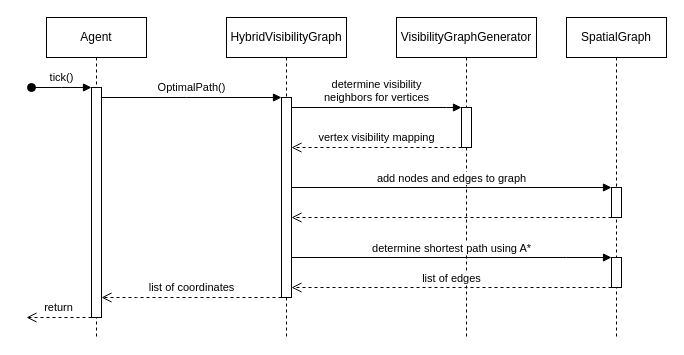
This is doc/components-sequence-routing.drawio from hauke96/master-thesis, a draw.io file, before an edit. Source tidied: cells renumbered, new cells numbered last; positions are measured from the earlier drawing's top-left corner, leaving out a move shared by most shapes. Both pictures are drawn from the tidied source at 100%, with x=0, y=0 at pixel (26, 17).
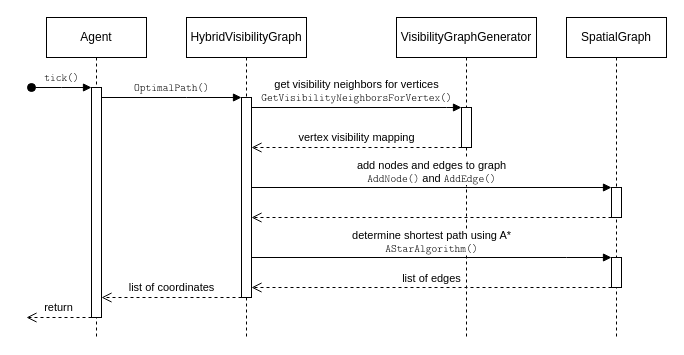
Above is the later version.

Commit message (it also covers changes not shown here):
Update sequence diagrams

Unchanged cells that the change refers to:
```xml
<mxCell id="2" value="Agent" style="shape=umlLifeline;perimeter=lifelinePerimeter;whiteSpace=wrap;html=1;newEdgeStyle={&quot;edgeStyle&quot;:&quot;elbowEdgeStyle&quot;,&quot;elbow&quot;:&quot;vertical&quot;,&quot;curved&quot;:0,&quot;rounded&quot;:0};fontFamily=Linux Libertine;" parent="1" vertex="1">
  <mxGeometry x="20" width="100" height="320" as="geometry" />
</mxCell>
<mxCell id="3" style="html=1;points=[];perimeter=orthogonalPerimeter;outlineConnect=0;targetShapes=umlLifeline;portConstraint=eastwest;newEdgeStyle={&quot;edgeStyle&quot;:&quot;elbowEdgeStyle&quot;,&quot;elbow&quot;:&quot;vertical&quot;,&quot;curved&quot;:0,&quot;rounded&quot;:0};fontFamily=Linux Libertine;" parent="2" vertex="1">
  <mxGeometry x="45" y="70" width="10" height="230" as="geometry" />
</mxCell>
<mxCell id="6" style="html=1;points=[];perimeter=orthogonalPerimeter;outlineConnect=0;targetShapes=umlLifeline;portConstraint=eastwest;newEdgeStyle={&quot;edgeStyle&quot;:&quot;elbowEdgeStyle&quot;,&quot;elbow&quot;:&quot;vertical&quot;,&quot;curved&quot;:0,&quot;rounded&quot;:0};fontFamily=Linux Libertine;" parent="5" vertex="1">
  <mxGeometry x="55" y="80" width="10" height="200" as="geometry" />
</mxCell>
<mxCell id="10" style="html=1;points=[];perimeter=orthogonalPerimeter;outlineConnect=0;targetShapes=umlLifeline;portConstraint=eastwest;newEdgeStyle={&quot;edgeStyle&quot;:&quot;elbowEdgeStyle&quot;,&quot;elbow&quot;:&quot;vertical&quot;,&quot;curved&quot;:0,&quot;rounded&quot;:0};fontFamily=Linux Libertine;" parent="9" vertex="1">
  <mxGeometry x="65" y="90" width="10" height="40" as="geometry" />
</mxCell>
<mxCell id="15" style="html=1;points=[];perimeter=orthogonalPerimeter;outlineConnect=0;targetShapes=umlLifeline;portConstraint=eastwest;newEdgeStyle={&quot;edgeStyle&quot;:&quot;elbowEdgeStyle&quot;,&quot;elbow&quot;:&quot;vertical&quot;,&quot;curved&quot;:0,&quot;rounded&quot;:0};" parent="14" vertex="1">
  <mxGeometry x="45" y="240" width="10" height="30" as="geometry" />
</mxCell>
<mxCell id="16" style="html=1;points=[];perimeter=orthogonalPerimeter;outlineConnect=0;targetShapes=umlLifeline;portConstraint=eastwest;newEdgeStyle={&quot;edgeStyle&quot;:&quot;elbowEdgeStyle&quot;,&quot;elbow&quot;:&quot;vertical&quot;,&quot;curved&quot;:0,&quot;rounded&quot;:0};" parent="14" vertex="1">
  <mxGeometry x="45" y="170" width="10" height="30" as="geometry" />
</mxCell>
```

Diff of the diagram source:
```diff
@@
-    <mxCell id="4" value="tick()" style="html=1;verticalAlign=bottom;startArrow=oval;endArrow=block;startSize=8;edgeStyle=elbowEdgeStyle;elbow=vertical;curved=0;rounded=0;fontFamily=Linux Libertine;spacing=3;" parent="2" edge="1" target="3">
+    <mxCell id="4" value="tick()" style="html=1;verticalAlign=bottom;startArrow=oval;endArrow=block;startSize=8;edgeStyle=elbowEdgeStyle;elbow=vertical;curved=0;rounded=0;fontFamily=Latin Modern Mono Light;spacing=3;" parent="2" edge="1" target="3">
       <mxGeometry relative="1" as="geometry">
         <mxPoint x="-15" y="70" as="sourcePoint" />
       </mxGeometry>
     </mxCell>
     <mxCell id="5" value="HybridVisibilityGraph" style="shape=umlLifeline;perimeter=lifelinePerimeter;whiteSpace=wrap;html=1;newEdgeStyle={&quot;edgeStyle&quot;:&quot;elbowEdgeStyle&quot;,&quot;elbow&quot;:&quot;vertical&quot;,&quot;curved&quot;:0,&quot;rounded&quot;:0};fontFamily=Linux Libertine;" parent="1" vertex="1">
-      <mxGeometry x="200" width="120" height="320" as="geometry" />
+      <mxGeometry x="160" width="120" height="320" as="geometry" />
     </mxCell>
@@
-    <mxCell id="7" value="&lt;div&gt;OptimalPath()&lt;/div&gt;" style="html=1;verticalAlign=bottom;endArrow=block;edgeStyle=elbowEdgeStyle;elbow=vertical;curved=0;rounded=0;fontFamily=Linux Libertine;spacing=3;" parent="1" edge="1" source="3" target="6">
+    <mxCell id="7" value="&lt;div&gt;OptimalPath()&lt;/div&gt;" style="html=1;verticalAlign=bottom;endArrow=block;edgeStyle=elbowEdgeStyle;elbow=vertical;curved=0;rounded=0;fontFamily=Latin Modern Mono Light;spacing=3;" parent="1" edge="1" source="3" target="6">
       <mxGeometry relative="1" as="geometry">
         <Array as="points">
           <mxPoint x="160" y="80" />
         </Array>
       </mxGeometry>
     </mxCell>
@@
-    <mxCell id="11" value="&lt;div&gt;determine visibility&lt;/div&gt;&lt;div&gt;neighbors for vertices&lt;/div&gt;" style="html=1;verticalAlign=bottom;endArrow=block;edgeStyle=elbowEdgeStyle;elbow=vertical;curved=0;rounded=0;fontFamily=Linux Libertine;spacing=3;" parent="1" edge="1" source="6" target="10">
+    <mxCell id="11" value="&lt;div&gt;get visibility neighbors for vertices&lt;/div&gt;&lt;div&gt;&lt;font face=&quot;Latin Modern Mono Light&quot;&gt;GetVisibilityNeighborsForVertex()&lt;/font&gt;&lt;br&gt;&lt;/div&gt;" style="html=1;verticalAlign=bottom;endArrow=block;edgeStyle=elbowEdgeStyle;elbow=vertical;curved=0;rounded=0;fontFamily=Linux Libertine;spacing=3;" parent="1" edge="1" source="6" target="10">
       <mxGeometry relative="1" as="geometry">
         <Array as="points">
           <mxPoint x="420" y="90" />
           <mxPoint x="410" y="100" />
           <mxPoint x="280" y="100" />
           <mxPoint x="350" y="110" />
           <mxPoint x="430" y="90" />
           <mxPoint x="400" y="120" />
           <mxPoint x="310" y="210" />
         </Array>
       </mxGeometry>
     </mxCell>
@@
-    <mxCell id="14" value="SpatialGraph" style="shape=umlLifeline;perimeter=lifelinePerimeter;whiteSpace=wrap;html=1;newEdgeStyle={&quot;edgeStyle&quot;:&quot;elbowEdgeStyle&quot;,&quot;elbow&quot;:&quot;vertical&quot;,&quot;curved&quot;:0,&quot;rounded&quot;:0};" parent="1" vertex="1">
+    <mxCell id="14" value="SpatialGraph" style="shape=umlLifeline;perimeter=lifelinePerimeter;whiteSpace=wrap;html=1;newEdgeStyle={&quot;edgeStyle&quot;:&quot;elbowEdgeStyle&quot;,&quot;elbow&quot;:&quot;vertical&quot;,&quot;curved&quot;:0,&quot;rounded&quot;:0};fontFamily=Linux Libertine;" parent="1" vertex="1">
       <mxGeometry x="540" width="100" height="320" as="geometry" />
     </mxCell>
@@
-    <mxCell id="17" value="list of edges" style="html=1;verticalAlign=bottom;endArrow=open;dashed=1;endSize=8;edgeStyle=elbowEdgeStyle;elbow=vertical;curved=0;rounded=0;" parent="1" edge="1" source="15" target="6">
+    <mxCell id="17" value="list of edges" style="html=1;verticalAlign=bottom;endArrow=open;dashed=1;endSize=8;edgeStyle=elbowEdgeStyle;elbow=vertical;curved=0;rounded=0;fontFamily=Linux Libertine;" parent="1" edge="1" source="15" target="6">
       <mxGeometry relative="1" as="geometry">
         <Array as="points">
           <mxPoint x="550" y="270" />
           <mxPoint x="500" y="240" />
           <mxPoint x="550" y="220" />
           <mxPoint x="360" y="190" />
         </Array>
       </mxGeometry>
     </mxCell>
-    <mxCell id="18" value="determine shortest path using A*" style="html=1;verticalAlign=bottom;endArrow=block;edgeStyle=elbowEdgeStyle;elbow=vertical;curved=0;rounded=0;" parent="1" edge="1" source="6" target="15">
+    <mxCell id="18" value="&lt;div&gt;determine shortest path using A*&lt;/div&gt;&lt;div&gt;&lt;font face=&quot;Latin Modern Mono Light&quot;&gt;AStarAlgorithm()&lt;/font&gt;&lt;br&gt;&lt;/div&gt;" style="html=1;verticalAlign=bottom;endArrow=block;edgeStyle=elbowEdgeStyle;elbow=vertical;curved=0;rounded=0;fontFamily=Linux Libertine;" parent="1" edge="1" source="6" target="15">
       <mxGeometry relative="1" as="geometry">
         <Array as="points">
           <mxPoint x="540" y="240" />
           <mxPoint x="570" y="220" />
           <mxPoint x="520" y="210" />
           <mxPoint x="520" y="200" />
           <mxPoint x="510" y="180" />
           <mxPoint x="440" y="190" />
         </Array>
       </mxGeometry>
     </mxCell>
-    <mxCell id="19" value="add nodes and edges to graph" style="html=1;verticalAlign=bottom;endArrow=block;edgeStyle=elbowEdgeStyle;elbow=vertical;curved=0;rounded=0;" parent="1" edge="1" source="6" target="16">
+    <mxCell id="19" value="&lt;div&gt;add nodes and edges to graph&lt;/div&gt;&lt;div&gt;&lt;font face=&quot;Latin Modern Mono Light&quot;&gt;AddNode()&lt;/font&gt; and &lt;font face=&quot;Latin Modern Mono Light&quot;&gt;AddEdge()&lt;/font&gt;&lt;br&gt;&lt;/div&gt;" style="html=1;verticalAlign=bottom;endArrow=block;edgeStyle=elbowEdgeStyle;elbow=vertical;curved=0;rounded=0;fontFamily=Linux Libertine;" parent="1" edge="1" source="6" target="16">
       <mxGeometry relative="1" as="geometry">
         <Array as="points">
           <mxPoint x="580" y="170" />
           <mxPoint x="520" y="160" />
         </Array>
       </mxGeometry>
     </mxCell>
-    <mxCell id="20" style="html=1;verticalAlign=bottom;endArrow=open;dashed=1;endSize=8;edgeStyle=elbowEdgeStyle;elbow=vertical;curved=0;rounded=0;" parent="1" edge="1" source="16" target="6">
+    <mxCell id="20" style="html=1;verticalAlign=bottom;endArrow=open;dashed=1;endSize=8;edgeStyle=elbowEdgeStyle;elbow=vertical;curved=0;rounded=0;fontFamily=Linux Libertine;" parent="1" edge="1" source="16" target="6">
       <mxGeometry relative="1" as="geometry">
         <Array as="points">
           <mxPoint x="570" y="200" />
           <mxPoint x="510" y="190" />
           <mxPoint x="480" y="180" />
           <mxPoint x="450" y="190" />
         </Array>
       </mxGeometry>
     </mxCell>
```
